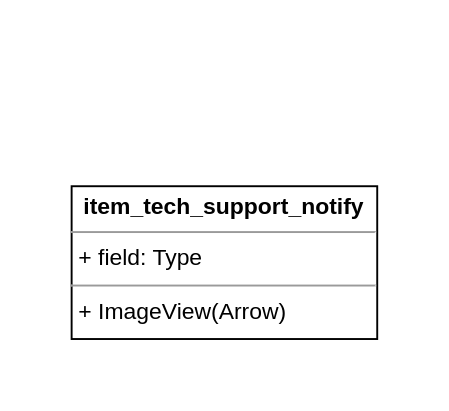
Above: UNI-18035.drawio in ShiryaevNikolay/diagrams (draw.io), before the change. Source tidied: cells renumbered, new cells numbered last; positions are measured from the earlier drawing's top-left corner, leaving out a move shared by most shapes. Both pictures are drawn from the tidied source at 191%, with x=0, y=0 at pixel (71, 185).
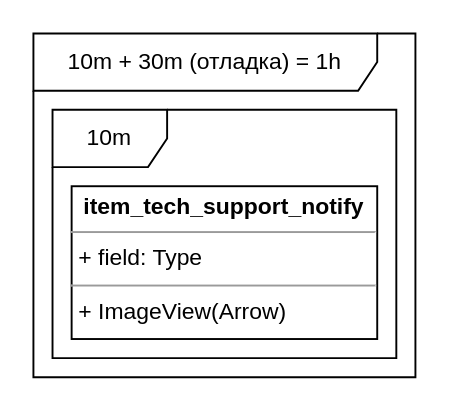
After the change.

Change to the diagram source:
```diff
@@
 <mxGraphModel>
   <root>
     <mxCell id="0" />
     <mxCell id="1" parent="0" />
     <mxCell id="2" value="&lt;p style=&quot;margin:0px;margin-top:4px;text-align:center;&quot;&gt;&lt;b&gt;item_tech_support_notify&lt;/b&gt;&lt;/p&gt;&lt;hr size=&quot;1&quot;&gt;&lt;p style=&quot;margin:0px;margin-left:4px;&quot;&gt;+ field: Type&lt;/p&gt;&lt;hr size=&quot;1&quot;&gt;&lt;p style=&quot;margin:0px;margin-left:4px;&quot;&gt;+ ImageView(Arrow)&lt;br&gt;&lt;/p&gt;" style="verticalAlign=top;align=left;overflow=fill;fontSize=12;fontFamily=Helvetica;html=1;" parent="1" vertex="1">
       <mxGeometry width="160" height="80" as="geometry" />
     </mxCell>
+    <mxCell id="3" value="10m" style="shape=umlFrame;whiteSpace=wrap;html=1;" parent="1" vertex="1">
+      <mxGeometry x="-10" y="-40" width="180" height="130" as="geometry" />
+    </mxCell>
+    <mxCell id="4" value="10m + 30m (отладка) = 1h" style="shape=umlFrame;whiteSpace=wrap;html=1;width=180;height=30;" parent="1" vertex="1">
+      <mxGeometry x="-20" y="-80" width="200" height="180" as="geometry" />
+    </mxCell>
   </root>
 </mxGraphModel>
```
